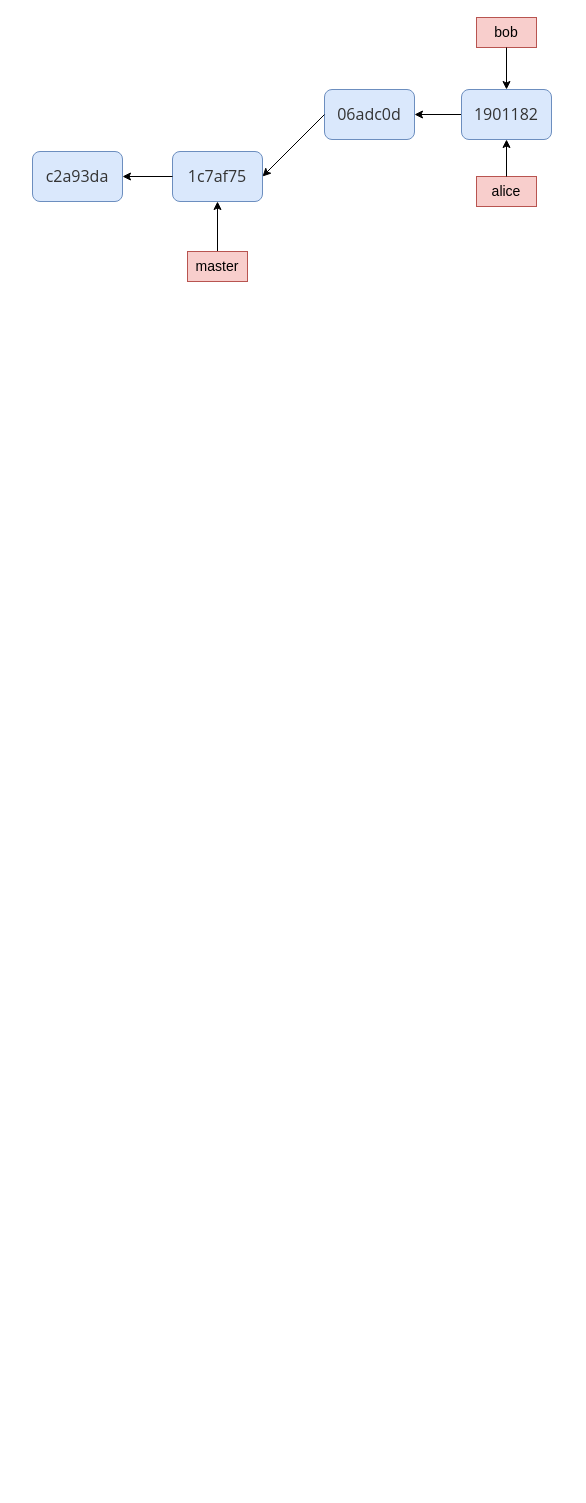
Before: git.drawio in walkerdu/draw_io, a draw.io diagram. Source tidied: cells renumbered, new cells numbered last; positions are measured from the earlier drawing's top-left corner, leaving out a move shared by most shapes. Both pictures are drawn from the tidied source at 100%, with x=0, y=0 at pixel (32, 17).
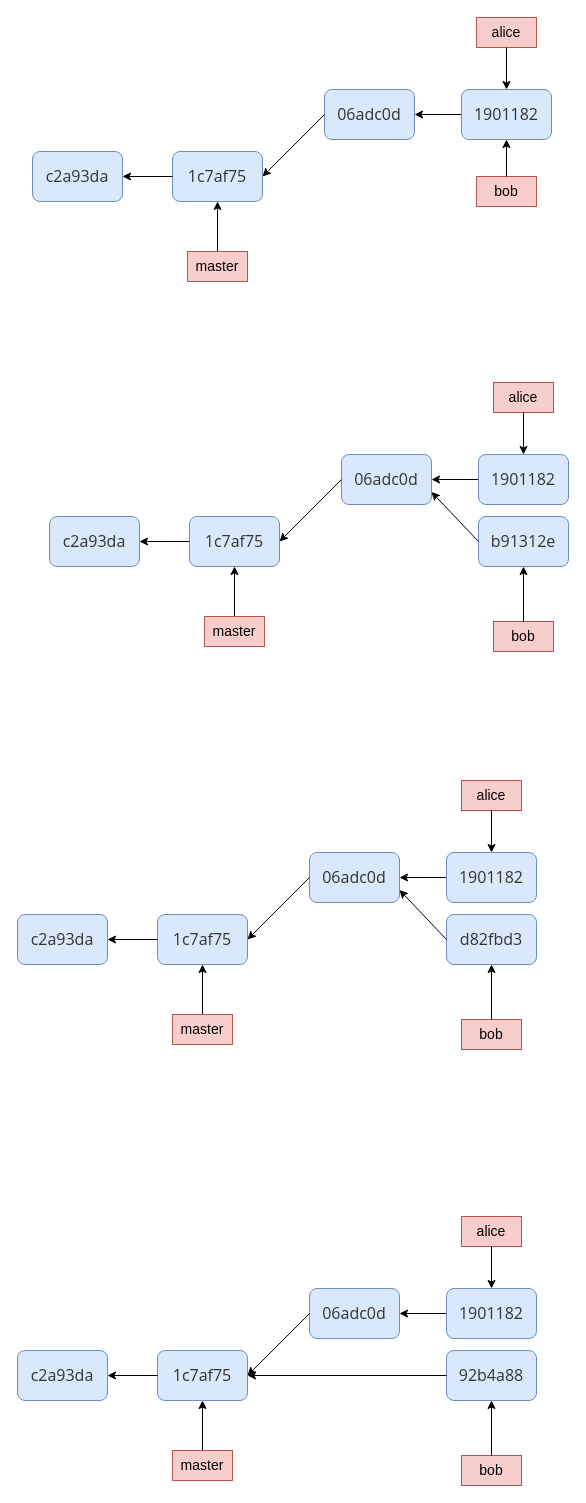
The same diagram, later.

Diff of the diagram source:
```diff
@@
-    <mxCell id="11" value="&lt;font style=&quot;font-size: 14px&quot;&gt;alice&lt;/font&gt;" style="rounded=0;whiteSpace=wrap;html=1;fillColor=#f8cecc;strokeColor=#b85450;" parent="1" vertex="1">
+    <mxCell id="11" value="&lt;font style=&quot;font-size: 14px&quot;&gt;bob&lt;/font&gt;" style="rounded=0;whiteSpace=wrap;html=1;fillColor=#f8cecc;strokeColor=#b85450;" parent="1" vertex="1">
       <mxGeometry x="444" y="159" width="60" height="30" as="geometry" />
     </mxCell>
-    <mxCell id="12" value="&lt;font style=&quot;font-size: 14px&quot;&gt;bob&lt;/font&gt;" style="rounded=0;whiteSpace=wrap;html=1;fillColor=#f8cecc;strokeColor=#b85450;" parent="1" vertex="1">
+    <mxCell id="12" value="&lt;font style=&quot;font-size: 14px&quot;&gt;alice&lt;/font&gt;" style="rounded=0;whiteSpace=wrap;html=1;fillColor=#f8cecc;strokeColor=#b85450;" parent="1" vertex="1">
       <mxGeometry x="444" width="60" height="30" as="geometry" />
     </mxCell>
@@
+    <mxCell id="15" value="&lt;span style=&quot;color: rgb(51 , 51 , 51) ; font-family: &amp;#34;open sans&amp;#34; , &amp;#34;clear sans&amp;#34; , &amp;#34;helvetica neue&amp;#34; , &amp;#34;helvetica&amp;#34; , &amp;#34;arial&amp;#34; , sans-serif ; font-size: 16px ; white-space: pre-wrap&quot;&gt;1c7af75&lt;/span&gt;" style="rounded=1;whiteSpace=wrap;html=1;fillColor=#dae8fc;strokeColor=#6c8ebf;" parent="1" vertex="1">
+      <mxGeometry x="157" y="499" width="90" height="50" as="geometry" />
+    </mxCell>
+    <mxCell id="16" value="&lt;span style=&quot;color: rgb(51 , 51 , 51) ; font-family: &amp;#34;open sans&amp;#34; , &amp;#34;clear sans&amp;#34; , &amp;#34;helvetica neue&amp;#34; , &amp;#34;helvetica&amp;#34; , &amp;#34;arial&amp;#34; , sans-serif ; font-size: 16px ; white-space: pre-wrap&quot;&gt;06adc0d&lt;/span&gt;" style="rounded=1;whiteSpace=wrap;html=1;fillColor=#dae8fc;strokeColor=#6c8ebf;" parent="1" vertex="1">
+      <mxGeometry x="309" y="437" width="90" height="50" as="geometry" />
+    </mxCell>
+    <mxCell id="17" style="endArrow=classic;html=1;entryX=1;entryY=0.5;entryDx=0;entryDy=0;exitX=0;exitY=0.5;exitDx=0;exitDy=0;" parent="1" edge="1" source="16" target="15">
+      <mxGeometry relative="1" as="geometry" />
+    </mxCell>
+    <mxCell id="18" style="endArrow=classic;html=1;exitX=0;exitY=0.5;exitDx=0;exitDy=0;entryX=1;entryY=0.5;entryDx=0;entryDy=0;" parent="1" edge="1" source="19" target="16">
+      <mxGeometry relative="1" as="geometry" />
+    </mxCell>
+    <mxCell id="19" value="&lt;span style=&quot;color: rgb(51 , 51 , 51) ; font-family: &amp;#34;open sans&amp;#34; , &amp;#34;clear sans&amp;#34; , &amp;#34;helvetica neue&amp;#34; , &amp;#34;helvetica&amp;#34; , &amp;#34;arial&amp;#34; , sans-serif ; font-size: 16px ; white-space: pre-wrap&quot;&gt;1901182&lt;/span&gt;" style="rounded=1;whiteSpace=wrap;html=1;fillColor=#dae8fc;strokeColor=#6c8ebf;" parent="1" vertex="1">
+      <mxGeometry x="446" y="437" width="90" height="50" as="geometry" />
+    </mxCell>
+    <mxCell id="20" style="endArrow=classic;html=1;entryX=1;entryY=0.5;entryDx=0;entryDy=0;exitX=0;exitY=0.5;exitDx=0;exitDy=0;" parent="1" edge="1" source="15" target="21">
+      <mxGeometry relative="1" as="geometry" />
+    </mxCell>
+    <mxCell id="21" value="&lt;span style=&quot;color: rgb(51 , 51 , 51) ; font-family: &amp;#34;open sans&amp;#34; , &amp;#34;clear sans&amp;#34; , &amp;#34;helvetica neue&amp;#34; , &amp;#34;helvetica&amp;#34; , &amp;#34;arial&amp;#34; , sans-serif ; font-size: 16px ; white-space: pre-wrap&quot;&gt;c2a93da&lt;/span&gt;" style="rounded=1;whiteSpace=wrap;html=1;fillColor=#dae8fc;strokeColor=#6c8ebf;" parent="1" vertex="1">
+      <mxGeometry x="17" y="499" width="90" height="50" as="geometry" />
+    </mxCell>
+    <mxCell id="22" style="endArrow=classic;html=1;entryX=0.5;entryY=1;entryDx=0;entryDy=0;exitX=0.5;exitY=0;exitDx=0;exitDy=0;" parent="1" edge="1" source="23" target="15">
+      <mxGeometry relative="1" as="geometry" />
+    </mxCell>
+    <mxCell id="23" value="&lt;font style=&quot;font-size: 14px&quot;&gt;master&lt;/font&gt;" style="rounded=0;whiteSpace=wrap;html=1;fillColor=#f8cecc;strokeColor=#b85450;" parent="1" vertex="1">
+      <mxGeometry x="172" y="599" width="60" height="30" as="geometry" />
+    </mxCell>
+    <mxCell id="24" value="&lt;font style=&quot;font-size: 14px&quot;&gt;bob&lt;/font&gt;" style="rounded=0;whiteSpace=wrap;html=1;fillColor=#f8cecc;strokeColor=#b85450;" parent="1" vertex="1">
+      <mxGeometry x="461" y="604" width="60" height="30" as="geometry" />
+    </mxCell>
+    <mxCell id="25" value="&lt;font style=&quot;font-size: 14px&quot;&gt;alice&lt;/font&gt;" style="rounded=0;whiteSpace=wrap;html=1;fillColor=#f8cecc;strokeColor=#b85450;" parent="1" vertex="1">
+      <mxGeometry x="461" y="365" width="60" height="30" as="geometry" />
+    </mxCell>
+    <mxCell id="26" style="endArrow=classic;html=1;exitX=0.5;exitY=0;exitDx=0;exitDy=0;entryX=0.5;entryY=1;entryDx=0;entryDy=0;" parent="1" edge="1" source="24" target="28">
+      <mxGeometry relative="1" as="geometry" />
+    </mxCell>
+    <mxCell id="27" style="endArrow=classic;html=1;exitX=0.5;exitY=1;exitDx=0;exitDy=0;entryX=0.5;entryY=0;entryDx=0;entryDy=0;" parent="1" edge="1" source="25" target="19">
+      <mxGeometry relative="1" as="geometry" />
+    </mxCell>
+    <mxCell id="28" value="&lt;span style=&quot;color: rgb(51 , 51 , 51) ; font-family: &amp;#34;open sans&amp;#34; , &amp;#34;clear sans&amp;#34; , &amp;#34;helvetica neue&amp;#34; , &amp;#34;helvetica&amp;#34; , &amp;#34;arial&amp;#34; , sans-serif ; font-size: 16px ; white-space: pre-wrap&quot;&gt;b91312e&lt;/span&gt;" style="rounded=1;whiteSpace=wrap;html=1;fillColor=#dae8fc;strokeColor=#6c8ebf;" parent="1" vertex="1">
+      <mxGeometry x="446" y="499" width="90" height="50" as="geometry" />
+    </mxCell>
+    <mxCell id="29" style="endArrow=classic;html=1;exitX=0;exitY=0.5;exitDx=0;exitDy=0;entryX=1;entryY=0.75;entryDx=0;entryDy=0;" parent="1" edge="1" source="28" target="16">
+      <mxGeometry relative="1" as="geometry" />
+    </mxCell>
+    <mxCell id="30" value="&lt;span style=&quot;color: rgb(51 , 51 , 51) ; font-family: &amp;#34;open sans&amp;#34; , &amp;#34;clear sans&amp;#34; , &amp;#34;helvetica neue&amp;#34; , &amp;#34;helvetica&amp;#34; , &amp;#34;arial&amp;#34; , sans-serif ; font-size: 16px ; white-space: pre-wrap&quot;&gt;1c7af75&lt;/span&gt;" style="rounded=1;whiteSpace=wrap;html=1;fillColor=#dae8fc;strokeColor=#6c8ebf;" parent="1" vertex="1">
+      <mxGeometry x="125" y="897" width="90" height="50" as="geometry" />
+    </mxCell>
+    <mxCell id="31" value="&lt;span style=&quot;color: rgb(51 , 51 , 51) ; font-family: &amp;#34;open sans&amp;#34; , &amp;#34;clear sans&amp;#34; , &amp;#34;helvetica neue&amp;#34; , &amp;#34;helvetica&amp;#34; , &amp;#34;arial&amp;#34; , sans-serif ; font-size: 16px ; white-space: pre-wrap&quot;&gt;06adc0d&lt;/span&gt;" style="rounded=1;whiteSpace=wrap;html=1;fillColor=#dae8fc;strokeColor=#6c8ebf;" parent="1" vertex="1">
+      <mxGeometry x="277" y="835" width="90" height="50" as="geometry" />
+    </mxCell>
+    <mxCell id="32" style="endArrow=classic;html=1;entryX=1;entryY=0.5;entryDx=0;entryDy=0;exitX=0;exitY=0.5;exitDx=0;exitDy=0;" parent="1" edge="1" source="31" target="30">
+      <mxGeometry relative="1" as="geometry" />
+    </mxCell>
+    <mxCell id="33" style="endArrow=classic;html=1;exitX=0;exitY=0.5;exitDx=0;exitDy=0;entryX=1;entryY=0.5;entryDx=0;entryDy=0;" parent="1" edge="1" source="34" target="31">
+      <mxGeometry relative="1" as="geometry" />
+    </mxCell>
+    <mxCell id="34" value="&lt;span style=&quot;color: rgb(51 , 51 , 51) ; font-family: &amp;#34;open sans&amp;#34; , &amp;#34;clear sans&amp;#34; , &amp;#34;helvetica neue&amp;#34; , &amp;#34;helvetica&amp;#34; , &amp;#34;arial&amp;#34; , sans-serif ; font-size: 16px ; white-space: pre-wrap&quot;&gt;1901182&lt;/span&gt;" style="rounded=1;whiteSpace=wrap;html=1;fillColor=#dae8fc;strokeColor=#6c8ebf;" parent="1" vertex="1">
+      <mxGeometry x="414" y="835" width="90" height="50" as="geometry" />
+    </mxCell>
+    <mxCell id="35" style="endArrow=classic;html=1;entryX=1;entryY=0.5;entryDx=0;entryDy=0;exitX=0;exitY=0.5;exitDx=0;exitDy=0;" parent="1" edge="1" source="30" target="36">
+      <mxGeometry relative="1" as="geometry" />
+    </mxCell>
+    <mxCell id="36" value="&lt;span style=&quot;color: rgb(51 , 51 , 51) ; font-family: &amp;#34;open sans&amp;#34; , &amp;#34;clear sans&amp;#34; , &amp;#34;helvetica neue&amp;#34; , &amp;#34;helvetica&amp;#34; , &amp;#34;arial&amp;#34; , sans-serif ; font-size: 16px ; white-space: pre-wrap&quot;&gt;c2a93da&lt;/span&gt;" style="rounded=1;whiteSpace=wrap;html=1;fillColor=#dae8fc;strokeColor=#6c8ebf;" parent="1" vertex="1">
+      <mxGeometry x="-15" y="897" width="90" height="50" as="geometry" />
+    </mxCell>
+    <mxCell id="37" style="endArrow=classic;html=1;entryX=0.5;entryY=1;entryDx=0;entryDy=0;exitX=0.5;exitY=0;exitDx=0;exitDy=0;" parent="1" edge="1" source="38" target="30">
+      <mxGeometry relative="1" as="geometry" />
+    </mxCell>
+    <mxCell id="38" value="&lt;font style=&quot;font-size: 14px&quot;&gt;master&lt;/font&gt;" style="rounded=0;whiteSpace=wrap;html=1;fillColor=#f8cecc;strokeColor=#b85450;" parent="1" vertex="1">
+      <mxGeometry x="140" y="997" width="60" height="30" as="geometry" />
+    </mxCell>
+    <mxCell id="39" value="&lt;font style=&quot;font-size: 14px&quot;&gt;bob&lt;/font&gt;" style="rounded=0;whiteSpace=wrap;html=1;fillColor=#f8cecc;strokeColor=#b85450;" parent="1" vertex="1">
+      <mxGeometry x="429" y="1002" width="60" height="30" as="geometry" />
+    </mxCell>
+    <mxCell id="40" value="&lt;font style=&quot;font-size: 14px&quot;&gt;alice&lt;/font&gt;" style="rounded=0;whiteSpace=wrap;html=1;fillColor=#f8cecc;strokeColor=#b85450;" parent="1" vertex="1">
+      <mxGeometry x="429" y="763" width="60" height="30" as="geometry" />
+    </mxCell>
+    <mxCell id="41" style="endArrow=classic;html=1;exitX=0.5;exitY=0;exitDx=0;exitDy=0;entryX=0.5;entryY=1;entryDx=0;entryDy=0;" parent="1" edge="1" source="39" target="43">
+      <mxGeometry relative="1" as="geometry" />
+    </mxCell>
+    <mxCell id="42" style="endArrow=classic;html=1;exitX=0.5;exitY=1;exitDx=0;exitDy=0;entryX=0.5;entryY=0;entryDx=0;entryDy=0;" parent="1" edge="1" source="40" target="34">
+      <mxGeometry relative="1" as="geometry" />
+    </mxCell>
+    <mxCell id="43" value="&lt;font color=&quot;#333333&quot; face=&quot;open sans, clear sans, helvetica neue, helvetica, arial, sans-serif&quot;&gt;&lt;span style=&quot;font-size: 16px ; white-space: pre-wrap&quot;&gt;d82fbd3&lt;/span&gt;&lt;/font&gt;" style="rounded=1;whiteSpace=wrap;html=1;fillColor=#dae8fc;strokeColor=#6c8ebf;" parent="1" vertex="1">
+      <mxGeometry x="414" y="897" width="90" height="50" as="geometry" />
+    </mxCell>
+    <mxCell id="44" style="endArrow=classic;html=1;exitX=0;exitY=0.5;exitDx=0;exitDy=0;entryX=1;entryY=0.75;entryDx=0;entryDy=0;" parent="1" edge="1" source="43" target="31">
+      <mxGeometry relative="1" as="geometry" />
+    </mxCell>
+    <mxCell id="45" value="&lt;span style=&quot;color: rgb(51 , 51 , 51) ; font-family: &amp;#34;open sans&amp;#34; , &amp;#34;clear sans&amp;#34; , &amp;#34;helvetica neue&amp;#34; , &amp;#34;helvetica&amp;#34; , &amp;#34;arial&amp;#34; , sans-serif ; font-size: 16px ; white-space: pre-wrap&quot;&gt;1c7af75&lt;/span&gt;" style="rounded=1;whiteSpace=wrap;html=1;fillColor=#dae8fc;strokeColor=#6c8ebf;" parent="1" vertex="1">
+      <mxGeometry x="125" y="1333" width="90" height="50" as="geometry" />
+    </mxCell>
+    <mxCell id="46" value="&lt;span style=&quot;color: rgb(51 , 51 , 51) ; font-family: &amp;#34;open sans&amp;#34; , &amp;#34;clear sans&amp;#34; , &amp;#34;helvetica neue&amp;#34; , &amp;#34;helvetica&amp;#34; , &amp;#34;arial&amp;#34; , sans-serif ; font-size: 16px ; white-space: pre-wrap&quot;&gt;06adc0d&lt;/span&gt;" style="rounded=1;whiteSpace=wrap;html=1;fillColor=#dae8fc;strokeColor=#6c8ebf;" parent="1" vertex="1">
+      <mxGeometry x="277" y="1271" width="90" height="50" as="geometry" />
+    </mxCell>
+    <mxCell id="47" style="endArrow=classic;html=1;entryX=1;entryY=0.5;entryDx=0;entryDy=0;exitX=0;exitY=0.5;exitDx=0;exitDy=0;" parent="1" edge="1" source="46" target="45">
+      <mxGeometry relative="1" as="geometry" />
+    </mxCell>
+    <mxCell id="48" style="endArrow=classic;html=1;exitX=0;exitY=0.5;exitDx=0;exitDy=0;entryX=1;entryY=0.5;entryDx=0;entryDy=0;" parent="1" edge="1" source="49" target="46">
+      <mxGeometry relative="1" as="geometry" />
+    </mxCell>
+    <mxCell id="49" value="&lt;span style=&quot;color: rgb(51 , 51 , 51) ; font-family: &amp;#34;open sans&amp;#34; , &amp;#34;clear sans&amp;#34; , &amp;#34;helvetica neue&amp;#34; , &amp;#34;helvetica&amp;#34; , &amp;#34;arial&amp;#34; , sans-serif ; font-size: 16px ; white-space: pre-wrap&quot;&gt;1901182&lt;/span&gt;" style="rounded=1;whiteSpace=wrap;html=1;fillColor=#dae8fc;strokeColor=#6c8ebf;" parent="1" vertex="1">
+      <mxGeometry x="414" y="1271" width="90" height="50" as="geometry" />
+    </mxCell>
+    <mxCell id="50" style="endArrow=classic;html=1;entryX=1;entryY=0.5;entryDx=0;entryDy=0;exitX=0;exitY=0.5;exitDx=0;exitDy=0;" parent="1" edge="1" source="45" target="51">
+      <mxGeometry relative="1" as="geometry" />
+    </mxCell>
+    <mxCell id="51" value="&lt;span style=&quot;color: rgb(51 , 51 , 51) ; font-family: &amp;#34;open sans&amp;#34; , &amp;#34;clear sans&amp;#34; , &amp;#34;helvetica neue&amp;#34; , &amp;#34;helvetica&amp;#34; , &amp;#34;arial&amp;#34; , sans-serif ; font-size: 16px ; white-space: pre-wrap&quot;&gt;c2a93da&lt;/span&gt;" style="rounded=1;whiteSpace=wrap;html=1;fillColor=#dae8fc;strokeColor=#6c8ebf;" parent="1" vertex="1">
+      <mxGeometry x="-15" y="1333" width="90" height="50" as="geometry" />
+    </mxCell>
+    <mxCell id="52" style="endArrow=classic;html=1;entryX=0.5;entryY=1;entryDx=0;entryDy=0;exitX=0.5;exitY=0;exitDx=0;exitDy=0;" parent="1" edge="1" source="53" target="45">
+      <mxGeometry relative="1" as="geometry" />
+    </mxCell>
+    <mxCell id="53" value="&lt;font style=&quot;font-size: 14px&quot;&gt;master&lt;/font&gt;" style="rounded=0;whiteSpace=wrap;html=1;fillColor=#f8cecc;strokeColor=#b85450;" parent="1" vertex="1">
+      <mxGeometry x="140" y="1433" width="60" height="30" as="geometry" />
+    </mxCell>
+    <mxCell id="54" value="&lt;font style=&quot;font-size: 14px&quot;&gt;bob&lt;/font&gt;" style="rounded=0;whiteSpace=wrap;html=1;fillColor=#f8cecc;strokeColor=#b85450;" parent="1" vertex="1">
+      <mxGeometry x="429" y="1438" width="60" height="30" as="geometry" />
+    </mxCell>
+    <mxCell id="55" value="&lt;font style=&quot;font-size: 14px&quot;&gt;alice&lt;/font&gt;" style="rounded=0;whiteSpace=wrap;html=1;fillColor=#f8cecc;strokeColor=#b85450;" parent="1" vertex="1">
+      <mxGeometry x="429" y="1199" width="60" height="30" as="geometry" />
+    </mxCell>
+    <mxCell id="56" style="endArrow=classic;html=1;exitX=0.5;exitY=0;exitDx=0;exitDy=0;entryX=0.5;entryY=1;entryDx=0;entryDy=0;" parent="1" edge="1" source="54" target="58">
+      <mxGeometry relative="1" as="geometry" />
+    </mxCell>
+    <mxCell id="57" style="endArrow=classic;html=1;exitX=0.5;exitY=1;exitDx=0;exitDy=0;entryX=0.5;entryY=0;entryDx=0;entryDy=0;" parent="1" edge="1" source="55" target="49">
+      <mxGeometry relative="1" as="geometry" />
+    </mxCell>
+    <mxCell id="58" value="&lt;font color=&quot;#333333&quot; face=&quot;open sans, clear sans, helvetica neue, helvetica, arial, sans-serif&quot;&gt;&lt;span style=&quot;font-size: 16px ; white-space: pre-wrap&quot;&gt;92b4a88&lt;/span&gt;&lt;/font&gt;" style="rounded=1;whiteSpace=wrap;html=1;fillColor=#dae8fc;strokeColor=#6c8ebf;" parent="1" vertex="1">
+      <mxGeometry x="414" y="1333" width="90" height="50" as="geometry" />
+    </mxCell>
+    <mxCell id="59" style="endArrow=classic;html=1;exitX=0;exitY=0.5;exitDx=0;exitDy=0;entryX=1;entryY=0.5;entryDx=0;entryDy=0;" parent="1" edge="1" source="58" target="45">
+      <mxGeometry relative="1" as="geometry" />
+    </mxCell>
```
